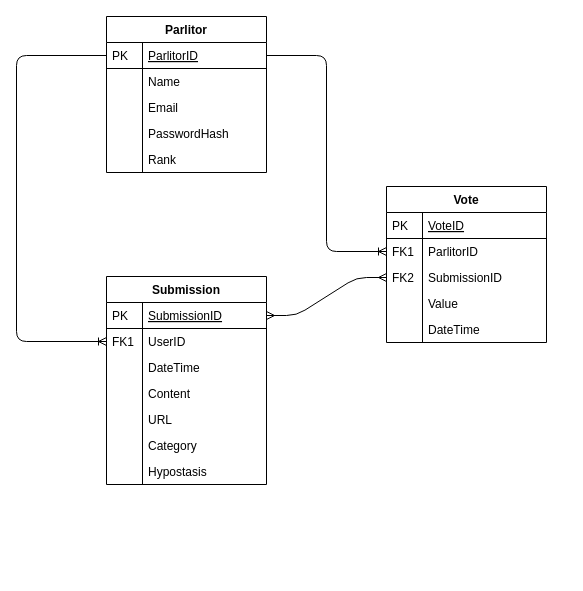
The draw.io diagram ERD.drawio in joshuabrotman/dccCapstone, before the edit. Source tidied: cells renumbered, new cells numbered last; positions are measured from the earlier drawing's top-left corner, leaving out a move shared by most shapes. Both pictures are drawn from the tidied source at 100%, with x=0, y=0 at pixel (16, 16).
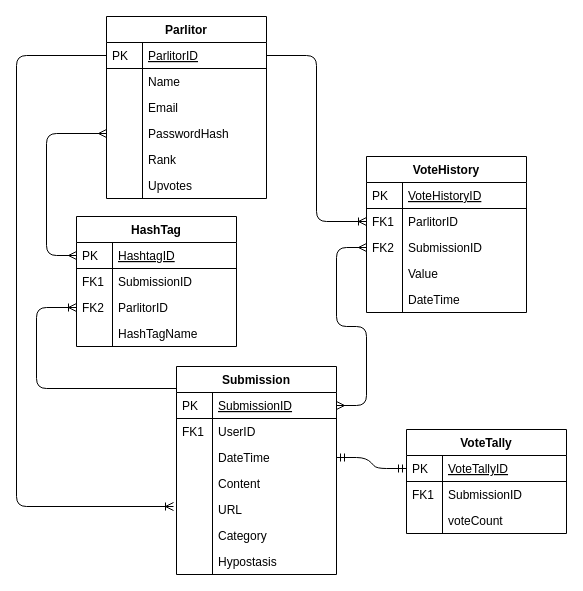
Above is the later version.

Unchanged cells that the change refers to:
```xml
<mxCell id="3" value="ParlitorID" style="shape=partialRectangle;top=0;left=0;right=0;bottom=1;align=left;verticalAlign=top;fillColor=none;spacingLeft=40;spacingRight=4;overflow=hidden;points=[[0,0.5],[1,0.5]];portConstraint=eastwest;rounded=0;shadow=0;strokeWidth=1;fontStyle=4;" parent="2" vertex="1">
  <mxGeometry y="26" width="160" height="26" as="geometry" />
</mxCell>
<mxCell id="9" value="PasswordHash" style="shape=partialRectangle;top=0;left=0;right=0;bottom=0;align=left;verticalAlign=top;fillColor=none;spacingLeft=40;spacingRight=4;overflow=hidden;points=[[0,0.5],[1,0.5]];portConstraint=eastwest;rounded=0;shadow=0;strokeWidth=1;" parent="2" vertex="1">
  <mxGeometry y="104" width="160" height="26" as="geometry" />
</mxCell>
<mxCell id="16" value="ParlitorID" style="shape=partialRectangle;top=0;left=0;right=0;bottom=0;align=left;verticalAlign=top;fillColor=none;spacingLeft=40;spacingRight=4;overflow=hidden;points=[[0,0.5],[1,0.5]];portConstraint=eastwest;rounded=0;shadow=0;strokeWidth=1;" parent="13" vertex="1">
  <mxGeometry y="52" width="160" height="26" as="geometry" />
</mxCell>
<mxCell id="18" value="SubmissionID" style="shape=partialRectangle;top=0;left=0;right=0;bottom=0;align=left;verticalAlign=top;fillColor=none;spacingLeft=40;spacingRight=4;overflow=hidden;points=[[0,0.5],[1,0.5]];portConstraint=eastwest;rounded=0;shadow=0;strokeWidth=1;" parent="13" vertex="1">
  <mxGeometry y="78" width="160" height="26" as="geometry" />
</mxCell>
<mxCell id="25" value="SubmissionID" style="shape=partialRectangle;top=0;left=0;right=0;bottom=1;align=left;verticalAlign=top;fillColor=none;spacingLeft=40;spacingRight=4;overflow=hidden;points=[[0,0.5],[1,0.5]];portConstraint=eastwest;rounded=0;shadow=0;strokeWidth=1;fontStyle=4;" parent="24" vertex="1">
  <mxGeometry y="26" width="160" height="26" as="geometry" />
</mxCell>
<mxCell id="27" value="UserID" style="shape=partialRectangle;top=0;left=0;right=0;bottom=0;align=left;verticalAlign=top;fillColor=none;spacingLeft=40;spacingRight=4;overflow=hidden;points=[[0,0.5],[1,0.5]];portConstraint=eastwest;rounded=0;shadow=0;strokeWidth=1;" parent="24" vertex="1">
  <mxGeometry y="52" width="160" height="26" as="geometry" />
</mxCell>
<mxCell id="29" value="DateTime" style="shape=partialRectangle;top=0;left=0;right=0;bottom=0;align=left;verticalAlign=top;fillColor=none;spacingLeft=40;spacingRight=4;overflow=hidden;points=[[0,0.5],[1,0.5]];portConstraint=eastwest;rounded=0;shadow=0;strokeWidth=1;" parent="24" vertex="1">
  <mxGeometry y="78" width="160" height="26" as="geometry" />
</mxCell>
```

The edit, as a diff of the source:
```diff
@@
     <mxCell id="2" value="Parlitor" style="swimlane;fontStyle=1;horizontal=1;startSize=26;rounded=0;shadow=0;strokeWidth=1;" parent="1" vertex="1">
-      <mxGeometry x="90" width="160" height="156" as="geometry" />
+      <mxGeometry x="90" width="160" height="182" as="geometry" />
     </mxCell>
@@
+    <mxCell id="42" value="Upvotes" style="shape=partialRectangle;top=0;left=0;right=0;bottom=0;align=left;verticalAlign=top;fillColor=none;spacingLeft=40;spacingRight=4;overflow=hidden;rounded=0;shadow=0;strokeWidth=1;" parent="2" vertex="1">
+      <mxGeometry y="156" width="160" height="26" as="geometry" />
+    </mxCell>
+    <mxCell id="43" style="shape=partialRectangle;top=0;left=0;bottom=0;fillColor=none;align=left;verticalAlign=top;spacingLeft=4;spacingRight=4;overflow=hidden;" parent="42" vertex="1">
+      <mxGeometry width="36" height="26" as="geometry" />
+    </mxCell>
+    <mxCell id="39" style="edgeStyle=orthogonalEdgeStyle;fontSize=12;html=1;endArrow=ERoneToMany;exitX=1;exitY=0.5;exitDx=0;exitDy=0;entryX=0;entryY=0.5;entryDx=0;entryDy=0;" parent="1" edge="1" source="3" target="16">
+      <mxGeometry relative="1" as="geometry" />
+    </mxCell>
+    <mxCell id="40" style="edgeStyle=entityRelationEdgeStyle;fontSize=12;html=1;endArrow=ERmany;startArrow=ERmany;entryX=0;entryY=0.5;entryDx=0;entryDy=0;exitX=1;exitY=0.5;exitDx=0;exitDy=0;" parent="1" edge="1" source="25" target="18">
+      <mxGeometry relative="1" as="geometry" />
+    </mxCell>
+    <mxCell id="41" style="edgeStyle=orthogonalEdgeStyle;fontSize=12;html=1;endArrow=ERoneToMany;exitX=0;exitY=0.5;exitDx=0;exitDy=0;" parent="1" edge="1" source="3">
+      <mxGeometry relative="1" as="geometry">
+        <mxPoint x="157" y="490" as="targetPoint" />
+        <Array as="points">
+          <mxPoint y="39" />
+          <mxPoint y="490" />
+          <mxPoint x="157" y="490" />
+        </Array>
+      </mxGeometry>
+    </mxCell>
-    <mxCell id="13" value="Vote" style="swimlane;fontStyle=1;horizontal=1;startSize=26;rounded=0;shadow=0;strokeWidth=1;" parent="1" vertex="1">
-      <mxGeometry x="370" y="170" width="160" height="156" as="geometry" />
+    <mxCell id="13" value="VoteHistory" style="swimlane;fontStyle=1;horizontal=1;startSize=26;rounded=0;shadow=0;strokeWidth=1;" parent="1" vertex="1">
+      <mxGeometry x="350" y="140" width="160" height="156" as="geometry" />
     </mxCell>
-    <mxCell id="14" value="VoteID" style="shape=partialRectangle;top=0;left=0;right=0;bottom=1;align=left;verticalAlign=top;fillColor=none;spacingLeft=40;spacingRight=4;overflow=hidden;rounded=0;shadow=0;strokeWidth=1;fontStyle=4;" parent="13" vertex="1">
+    <mxCell id="14" value="VoteHistoryID" style="shape=partialRectangle;top=0;left=0;right=0;bottom=1;align=left;verticalAlign=top;fillColor=none;spacingLeft=40;spacingRight=4;overflow=hidden;rounded=0;shadow=0;strokeWidth=1;fontStyle=4;" parent="13" vertex="1">
       <mxGeometry y="26" width="160" height="26" as="geometry" />
     </mxCell>
@@
+    <mxCell id="44" style="edgeStyle=entityRelationEdgeStyle;fontSize=12;html=1;endArrow=ERmandOne;startArrow=ERmandOne;exitX=1;exitY=0.5;exitDx=0;exitDy=0;entryX=0;entryY=0.5;entryDx=0;entryDy=0;" parent="1" edge="1" source="29" target="46">
+      <mxGeometry relative="1" as="geometry" />
+    </mxCell>
+    <mxCell id="45" value="VoteTally" style="swimlane;fontStyle=1;horizontal=1;startSize=26;rounded=0;shadow=0;strokeWidth=1;" parent="1" vertex="1">
+      <mxGeometry x="390" y="413" width="160" height="104" as="geometry" />
+    </mxCell>
+    <mxCell id="46" value="VoteTallyID" style="shape=partialRectangle;top=0;left=0;right=0;bottom=1;align=left;verticalAlign=top;fillColor=none;spacingLeft=40;spacingRight=4;overflow=hidden;points=[[0,0.5],[1,0.5]];portConstraint=eastwest;rounded=0;shadow=0;strokeWidth=1;fontStyle=4;" parent="45" vertex="1">
+      <mxGeometry y="26" width="160" height="26" as="geometry" />
+    </mxCell>
+    <mxCell id="47" value="PK" style="shape=partialRectangle;top=0;left=0;bottom=0;fillColor=none;align=left;verticalAlign=top;spacingLeft=4;spacingRight=4;overflow=hidden;" parent="46" vertex="1">
+      <mxGeometry width="36" height="26" as="geometry" />
+    </mxCell>
+    <mxCell id="48" value="SubmissionID" style="shape=partialRectangle;top=0;left=0;right=0;bottom=0;align=left;verticalAlign=top;fillColor=none;spacingLeft=40;spacingRight=4;overflow=hidden;rounded=0;shadow=0;strokeWidth=1;" parent="45" vertex="1">
+      <mxGeometry y="52" width="160" height="26" as="geometry" />
+    </mxCell>
+    <mxCell id="49" value="FK1" style="shape=partialRectangle;top=0;left=0;bottom=0;fillColor=none;align=left;verticalAlign=top;spacingLeft=4;spacingRight=4;overflow=hidden;" parent="48" vertex="1">
+      <mxGeometry width="36" height="26" as="geometry" />
+    </mxCell>
+    <mxCell id="50" value="voteCount" style="shape=partialRectangle;top=0;left=0;right=0;bottom=0;align=left;verticalAlign=top;fillColor=none;spacingLeft=40;spacingRight=4;overflow=hidden;rounded=0;shadow=0;strokeWidth=1;" parent="45" vertex="1">
+      <mxGeometry y="78" width="160" height="26" as="geometry" />
+    </mxCell>
+    <mxCell id="51" style="shape=partialRectangle;top=0;left=0;bottom=0;fillColor=none;align=left;verticalAlign=top;spacingLeft=4;spacingRight=4;overflow=hidden;" parent="50" vertex="1">
+      <mxGeometry width="36" height="26" as="geometry" />
+    </mxCell>
     <mxCell id="24" value="Submission" style="swimlane;fontStyle=1;horizontal=1;startSize=26;rounded=0;shadow=0;strokeWidth=1;" parent="1" vertex="1">
-      <mxGeometry x="90" y="260" width="160" height="208" as="geometry" />
+      <mxGeometry x="160" y="350" width="160" height="208" as="geometry" />
     </mxCell>
@@
-    <mxCell id="39" style="edgeStyle=orthogonalEdgeStyle;fontSize=12;html=1;endArrow=ERoneToMany;exitX=1;exitY=0.5;exitDx=0;exitDy=0;entryX=0;entryY=0.5;entryDx=0;entryDy=0;" parent="1" edge="1" source="3" target="16">
-      <mxGeometry relative="1" as="geometry" />
-    </mxCell>
-    <mxCell id="40" style="edgeStyle=entityRelationEdgeStyle;fontSize=12;html=1;endArrow=ERmany;startArrow=ERmany;entryX=0;entryY=0.5;entryDx=0;entryDy=0;exitX=1;exitY=0.5;exitDx=0;exitDy=0;" parent="1" edge="1" source="25" target="18">
-      <mxGeometry relative="1" as="geometry" />
-    </mxCell>
-    <mxCell id="41" style="edgeStyle=orthogonalEdgeStyle;fontSize=12;html=1;endArrow=ERoneToMany;exitX=0;exitY=0.5;exitDx=0;exitDy=0;entryX=0;entryY=0.5;entryDx=0;entryDy=0;" parent="1" edge="1" source="3" target="27">
-      <mxGeometry relative="1" as="geometry">
-        <Array as="points">
-          <mxPoint y="39" />
-          <mxPoint y="325" />
-        </Array>
-      </mxGeometry>
-    </mxCell>
+    <mxCell id="52" value="HashTag" style="swimlane;fontStyle=1;horizontal=1;startSize=26;rounded=0;shadow=0;strokeWidth=1;" parent="1" vertex="1">
+      <mxGeometry x="60" y="200" width="160" height="130" as="geometry" />
+    </mxCell>
+    <mxCell id="53" value="HashtagID" style="shape=partialRectangle;top=0;left=0;right=0;bottom=1;align=left;verticalAlign=top;fillColor=none;spacingLeft=40;spacingRight=4;overflow=hidden;points=[[0,0.5],[1,0.5]];portConstraint=eastwest;rounded=0;shadow=0;strokeWidth=1;fontStyle=4;" parent="52" vertex="1">
+      <mxGeometry y="26" width="160" height="26" as="geometry" />
+    </mxCell>
+    <mxCell id="54" value="PK" style="shape=partialRectangle;top=0;left=0;bottom=0;fillColor=none;align=left;verticalAlign=top;spacingLeft=4;spacingRight=4;overflow=hidden;" parent="53" vertex="1">
+      <mxGeometry width="36" height="26" as="geometry" />
+    </mxCell>
+    <mxCell id="55" value="SubmissionID" style="shape=partialRectangle;top=0;left=0;right=0;bottom=0;align=left;verticalAlign=top;fillColor=none;spacingLeft=40;spacingRight=4;overflow=hidden;rounded=0;shadow=0;strokeWidth=1;" parent="52" vertex="1">
+      <mxGeometry y="52" width="160" height="26" as="geometry" />
+    </mxCell>
+    <mxCell id="56" value="FK1" style="shape=partialRectangle;top=0;left=0;bottom=0;fillColor=none;align=left;verticalAlign=top;spacingLeft=4;spacingRight=4;overflow=hidden;" parent="55" vertex="1">
+      <mxGeometry width="36" height="26" as="geometry" />
+    </mxCell>
+    <mxCell id="57" value="ParlitorID" style="shape=partialRectangle;top=0;left=0;right=0;bottom=0;align=left;verticalAlign=top;fillColor=none;spacingLeft=40;spacingRight=4;overflow=hidden;points=[[0,0.5],[1,0.5]];portConstraint=eastwest;rounded=0;shadow=0;strokeWidth=1;" parent="52" vertex="1">
+      <mxGeometry y="78" width="160" height="26" as="geometry" />
+    </mxCell>
+    <mxCell id="58" value="FK2" style="shape=partialRectangle;top=0;left=0;bottom=0;fillColor=none;align=left;verticalAlign=top;spacingLeft=4;spacingRight=4;overflow=hidden;" parent="57" vertex="1">
+      <mxGeometry width="36" height="26" as="geometry" />
+    </mxCell>
+    <mxCell id="59" value="HashTagName" style="shape=partialRectangle;top=0;left=0;right=0;bottom=0;align=left;verticalAlign=top;fillColor=none;spacingLeft=40;spacingRight=4;overflow=hidden;rounded=0;shadow=0;strokeWidth=1;" parent="52" vertex="1">
+      <mxGeometry y="104" width="160" height="26" as="geometry" />
+    </mxCell>
+    <mxCell id="60" style="shape=partialRectangle;top=0;left=0;bottom=0;fillColor=none;align=left;verticalAlign=top;spacingLeft=4;spacingRight=4;overflow=hidden;" parent="59" vertex="1">
+      <mxGeometry width="36" height="26" as="geometry" />
+    </mxCell>
+    <mxCell id="61" style="edgeStyle=orthogonalEdgeStyle;fontSize=12;html=1;endArrow=ERmany;startArrow=ERmany;exitX=0;exitY=0.5;exitDx=0;exitDy=0;entryX=0;entryY=0.5;entryDx=0;entryDy=0;" parent="1" edge="1" source="9" target="53">
+      <mxGeometry relative="1" as="geometry">
+        <Array as="points">
+          <mxPoint x="30" y="117" />
+          <mxPoint x="30" y="239" />
+        </Array>
+      </mxGeometry>
+    </mxCell>
+    <mxCell id="62" style="edgeStyle=orthogonalEdgeStyle;fontSize=12;html=1;endArrow=ERoneToMany;entryX=0;entryY=0.5;entryDx=0;entryDy=0;" parent="1" edge="1" target="57">
+      <mxGeometry relative="1" as="geometry">
+        <mxPoint x="160" y="372" as="sourcePoint" />
+        <Array as="points">
+          <mxPoint x="160" y="372" />
+          <mxPoint x="20" y="372" />
+          <mxPoint x="20" y="291" />
+        </Array>
+      </mxGeometry>
+    </mxCell>
```
